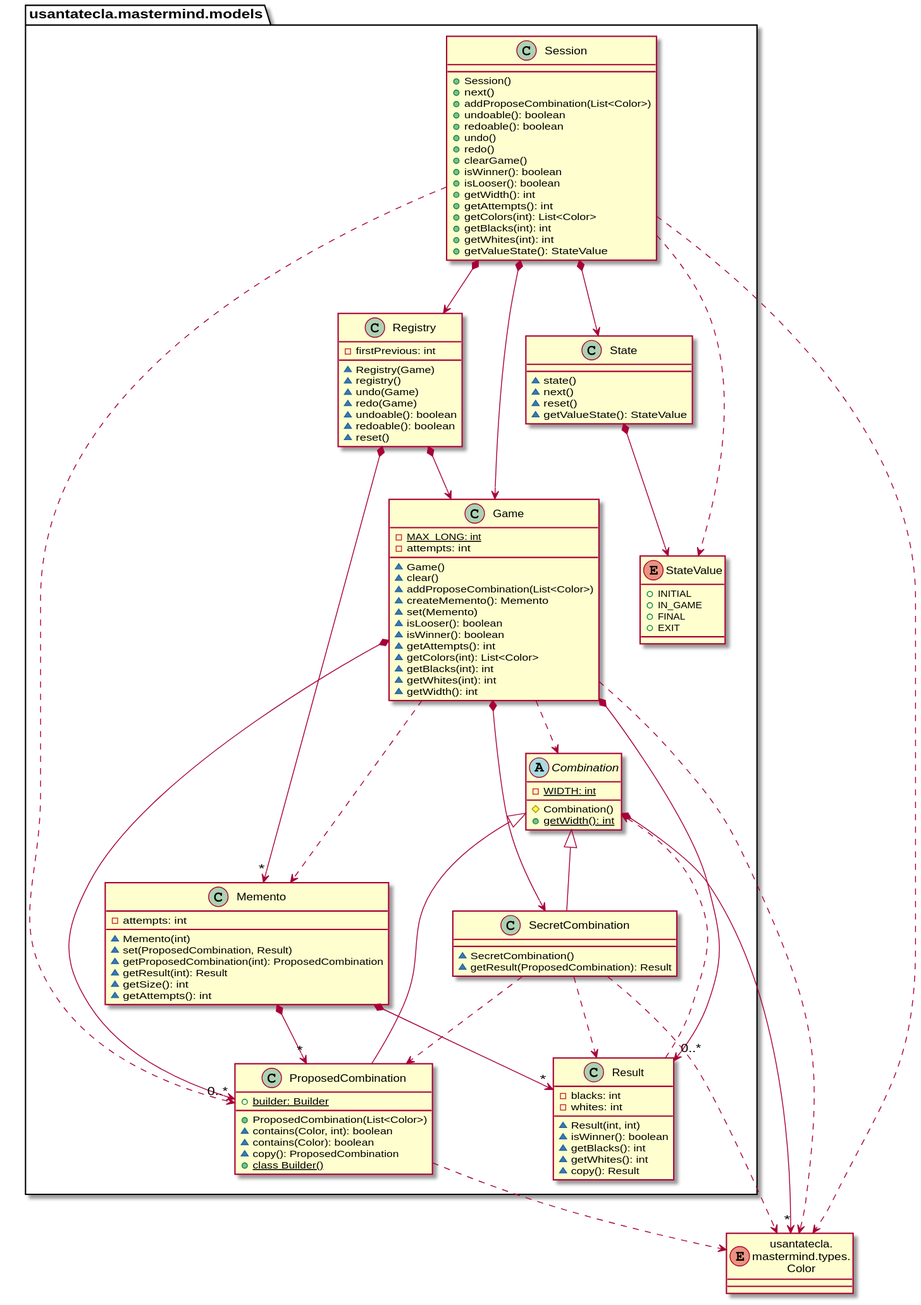
Above: modelViewPresenter/presentationModel/withComposite/docs/diagrams/out/paquetes/usantatecla.mastermind.models.svg in SantaTecla-mastermind/solution.java.swing.socket.sql (PlantUML), before the change.
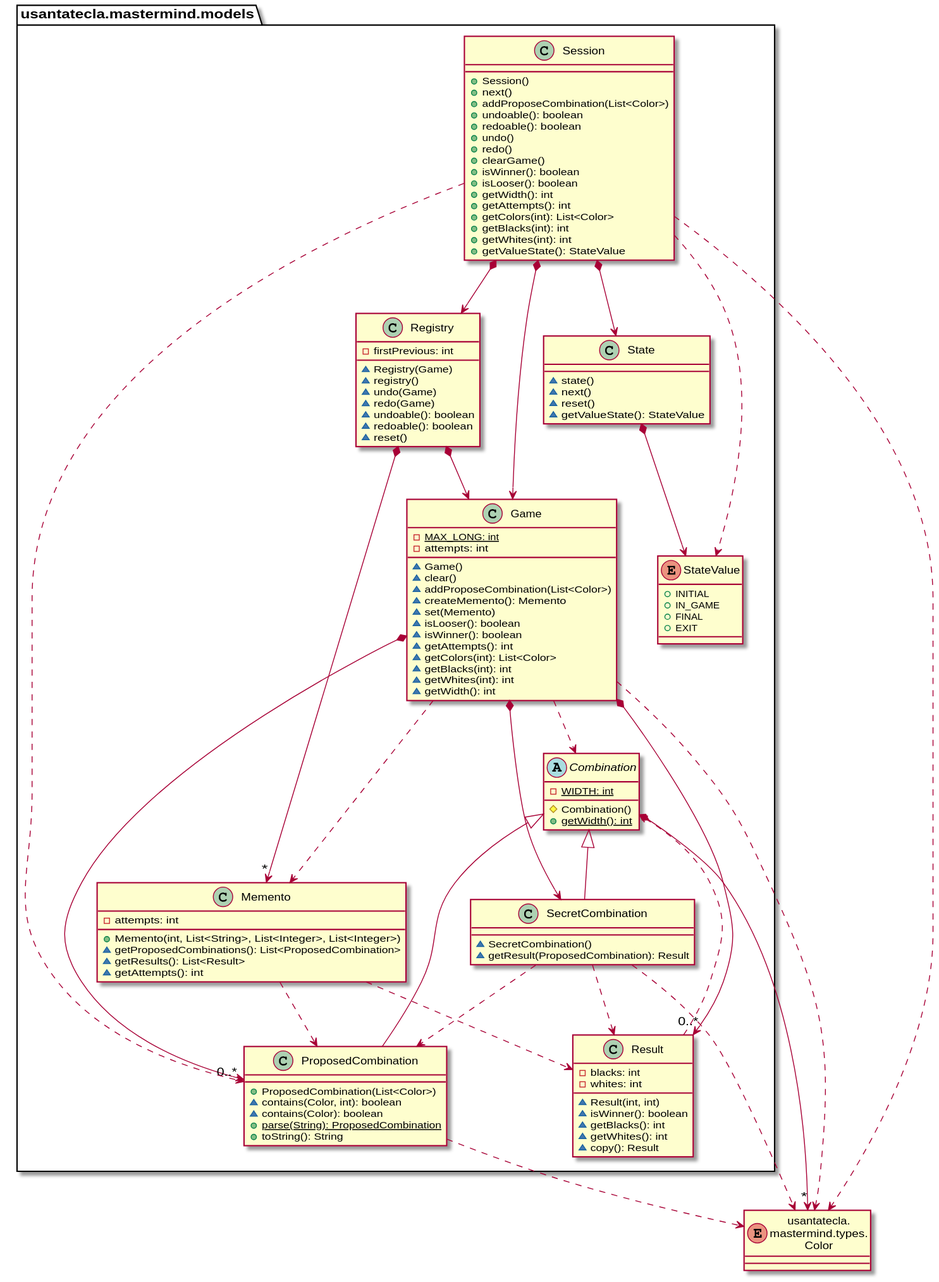
After the change.

Commit message:
[mvp.pm.withComposite] Changed diagrams to match with Memento changes

Diff of the diagram source:
```diff
@@ -50,9 +50,8 @@
     + ProposedCombination(List<Color>)
     ~ contains(Color, int): boolean
     ~ contains(Color): boolean
-    ~ copy(): ProposedCombination
-    + {static} builder: Builder
-    + {static} class Builder()
+    + {static} parse(String): ProposedCombination
+    + toString(): String
 }
 usantatecla.mastermind.models.Combination <|-down- usantatecla.mastermind.models.ProposedCombination
 usantatecla.mastermind.models.ProposedCombination .down.> Color
@@ -79,15 +78,13 @@
 
 class  usantatecla.mastermind.models.Memento{
     - attempts: int
-    ~ Memento(int)
-    ~ set(ProposedCombination, Result)
-    ~ getProposedCombination(int): ProposedCombination
-    ~ getResult(int): Result
-    ~ getSize(): int
+    + Memento(int, List<String>, List<Integer>, List<Integer>)
+    ~ getProposedCombinations(): List<ProposedCombination>
+    ~ getResults(): List<Result>
     ~ getAttempts(): int
 }
-usantatecla.mastermind.models.Memento *-down-> "*"usantatecla.mastermind.models.Result
-usantatecla.mastermind.models.Memento *-down-> "*"usantatecla.mastermind.models.ProposedCombination
+usantatecla.mastermind.models.Memento .down.> usantatecla.mastermind.models.Result
+usantatecla.mastermind.models.Memento .down.> usantatecla.mastermind.models.ProposedCombination
 
 class  usantatecla.mastermind.models.Registry{
     - firstPrevious: int
```
